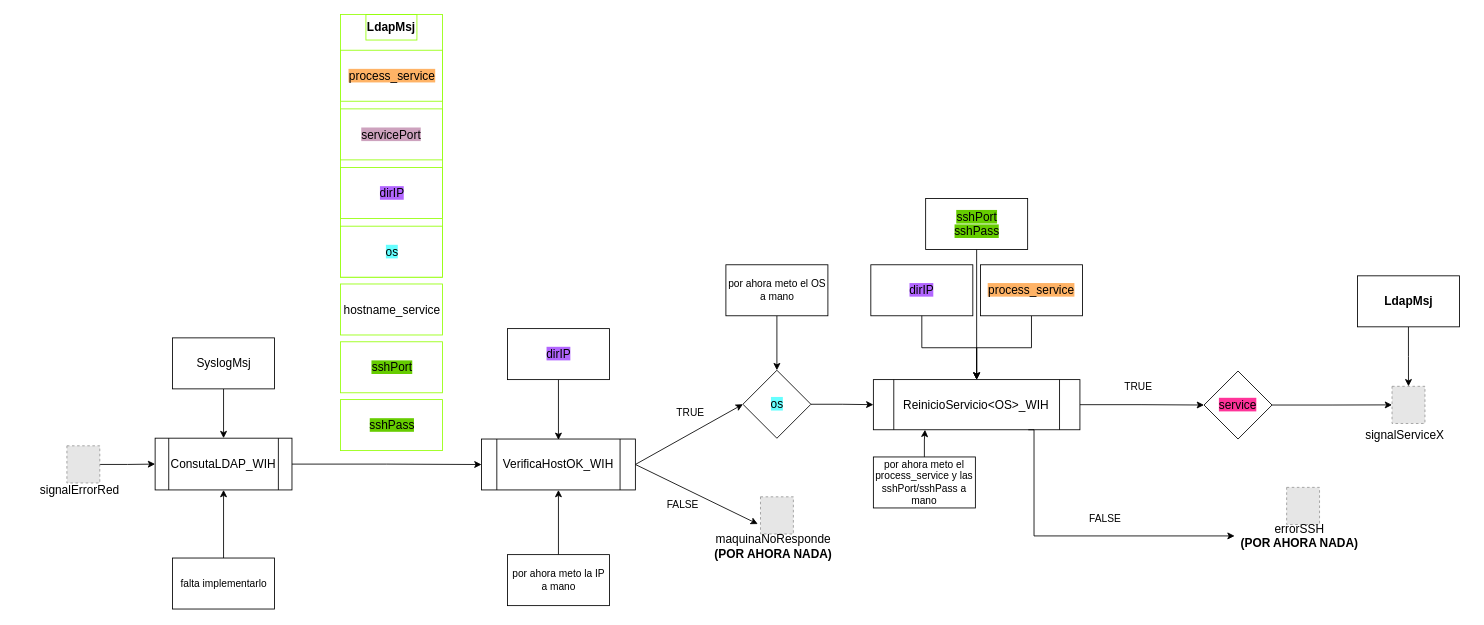
This is page "serviceNoDisponible" (2 of 4) of esquemaProcesos.drawio from MarianaReyesH/gestionRed, a draw.io file, before an edit. Source tidied: cells renumbered, new cells numbered last; positions are measured from the earlier drawing's top-left corner, leaving out a move shared by most shapes. Both pictures are drawn from the tidied source at 85%, with x=0, y=0 at pixel (14, 14). Pictures stored in the file or linked from it are replaced by grey dashed boxes.
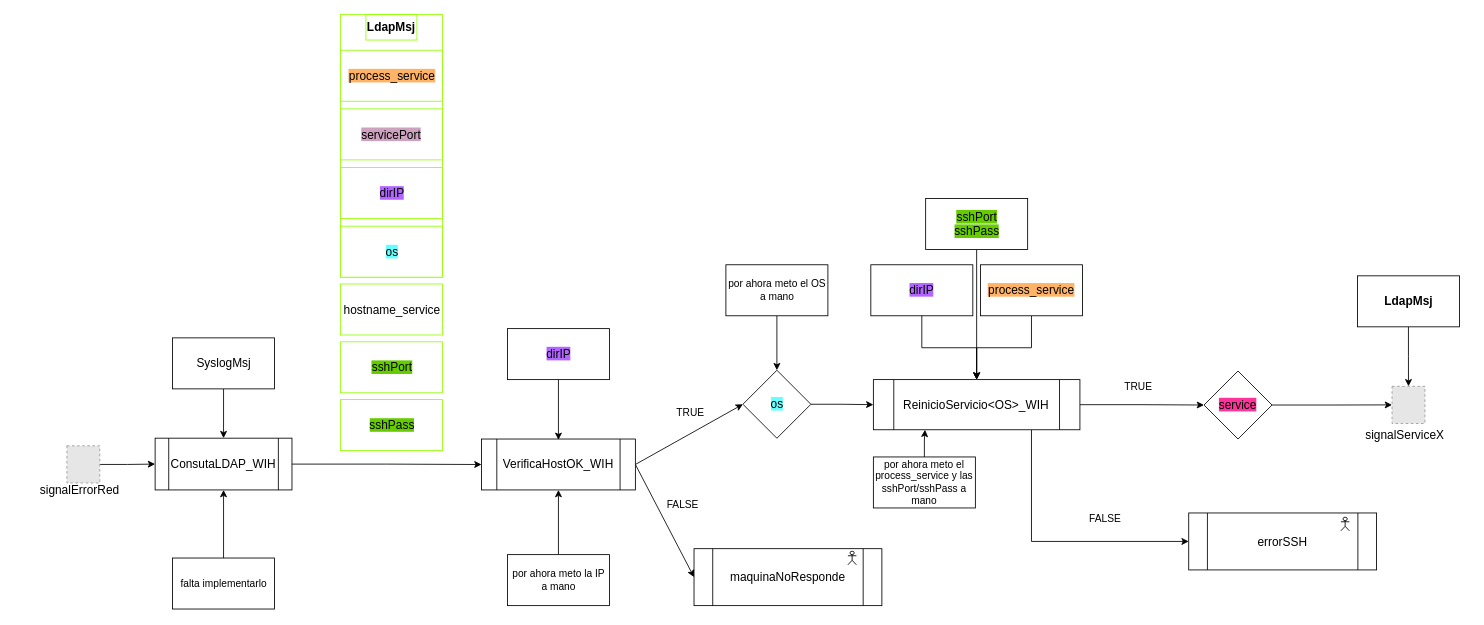
After the change.

The change refers to these unchanged cells:
```xml
<mxCell id="17" value="&lt;font style=&quot;font-size: 14px;&quot;&gt;VerificaHostOK_WIH&lt;/font&gt;" style="shape=process;whiteSpace=wrap;html=1;backgroundOutline=1;" parent="1" vertex="1">
  <mxGeometry x="549" y="499" width="181" height="59.9" as="geometry" />
</mxCell>
<mxCell id="20" value="&lt;font style=&quot;font-size: 14px;&quot;&gt;ReinicioServicio&amp;lt;OS&amp;gt;_WIH&lt;/font&gt;" style="shape=process;whiteSpace=wrap;html=1;backgroundOutline=1;" parent="1" vertex="1">
  <mxGeometry x="1010" y="429.1" width="243" height="59" as="geometry" />
</mxCell>
```

What changed in the source:
```diff
@@
-    <mxCell id="3" style="fillColor=#E6E6E6;strokeColor=#999999;dashed=1;verticalLabelPosition=bottom;labelBackgroundColor=default;verticalAlign=top;" parent="1" vertex="1">
-      <mxGeometry x="877.2" y="567" width="38.7" height="43.7" as="geometry" />
-    </mxCell>
-    <mxCell id="4" value="&lt;span style=&quot;font-size: 14px;&quot;&gt;maquinaNoResponde&lt;/span&gt;&lt;div&gt;&lt;span style=&quot;font-size: 14px;&quot;&gt;&lt;b&gt;(POR AHORA NADA)&lt;/b&gt;&lt;/span&gt;&lt;/div&gt;" style="text;html=1;align=center;verticalAlign=middle;whiteSpace=wrap;rounded=0;" parent="1" vertex="1">
-      <mxGeometry x="816" y="603" width="153" height="43.1" as="geometry" />
-    </mxCell>
-    <mxCell id="5" style="endArrow=classic;html=1;rounded=0;entryX=0.379;entryY=-0.093;entryDx=0;entryDy=0;entryPerimeter=0;exitX=1;exitY=0.5;exitDx=0;exitDy=0;" parent="1" edge="1" source="17" target="4">
+    <mxCell id="5" style="endArrow=classic;html=1;rounded=0;entryX=0;entryY=0.5;entryDx=0;entryDy=0;exitX=1;exitY=0.5;exitDx=0;exitDy=0;" parent="1" edge="1" source="17" target="59">
       <mxGeometry relative="1" as="geometry" />
     </mxCell>
@@
+    <mxCell id="57" style="edgeStyle=orthogonalEdgeStyle;rounded=0;jettySize=auto;html=1;entryX=0;entryY=0.5;entryDx=0;entryDy=0;" parent="1" edge="1" source="20" target="62">
+      <mxGeometry relative="1" as="geometry">
+        <Array as="points">
+          <mxPoint x="1196" y="620" />
+        </Array>
+      </mxGeometry>
+    </mxCell>
@@
-    <mxCell id="45" style="edgeStyle=orthogonalEdgeStyle;rounded=0;jettySize=auto;html=1;exitX=0.75;exitY=1;exitDx=0;exitDy=0;" parent="1" edge="1" source="20" target="48">
-      <mxGeometry relative="1" as="geometry">
-        <Array as="points">
-          <mxPoint x="1199" y="488" />
-          <mxPoint x="1199" y="613" />
-        </Array>
-      </mxGeometry>
-    </mxCell>
@@
-    <mxCell id="47" style="fillColor=#E6E6E6;strokeColor=#999999;dashed=1;verticalLabelPosition=bottom;labelBackgroundColor=default;verticalAlign=top;" parent="1" vertex="1">
-      <mxGeometry x="1496.2" y="555.9" width="38.7" height="43.7" as="geometry" />
-    </mxCell>
-    <mxCell id="48" value="&lt;span style=&quot;font-size: 14px;&quot;&gt;errorSSH&lt;/span&gt;&lt;div&gt;&lt;span style=&quot;font-size: 14px;&quot;&gt;&lt;b&gt;(POR AHORA NADA)&lt;/b&gt;&lt;/span&gt;&lt;/div&gt;" style="text;html=1;align=center;verticalAlign=middle;whiteSpace=wrap;rounded=0;" parent="1" vertex="1">
-      <mxGeometry x="1435" y="591.9" width="153" height="43.1" as="geometry" />
-    </mxCell>
@@
+    <mxCell id="58" style="group;" parent="1" vertex="1">
+      <mxGeometry x="799" y="628" width="221" height="67" as="geometry" />
+    </mxCell>
+    <mxCell id="59" value="&lt;span style=&quot;font-size: 14px;&quot;&gt;maquinaNoResponde&lt;/span&gt;" style="shape=process;whiteSpace=wrap;html=1;backgroundOutline=1;" parent="58" vertex="1">
+      <mxGeometry width="221" height="67" as="geometry" />
+    </mxCell>
+    <mxCell id="60" style="shape=umlActor;verticalLabelPosition=bottom;verticalAlign=top;html=1;" parent="58" vertex="1">
+      <mxGeometry x="181" y="3" width="10" height="16" as="geometry" />
+    </mxCell>
+    <mxCell id="61" style="group;" parent="1" vertex="1">
+      <mxGeometry x="1379" y="586" width="223" height="69" as="geometry" />
+    </mxCell>
+    <mxCell id="62" value="&lt;font style=&quot;font-size: 14px;&quot;&gt;errorSSH&lt;/font&gt;" style="shape=process;whiteSpace=wrap;html=1;backgroundOutline=1;" parent="61" vertex="1">
+      <mxGeometry x="2" width="221" height="67" as="geometry" />
+    </mxCell>
+    <mxCell id="63" style="group;" parent="61" vertex="1">
+      <mxGeometry y="2" width="221" height="67" as="geometry" />
+    </mxCell>
+    <mxCell id="64" style="shape=umlActor;verticalLabelPosition=bottom;verticalAlign=top;html=1;" parent="63" vertex="1">
+      <mxGeometry x="181" y="3" width="10" height="16" as="geometry" />
+    </mxCell>
```
